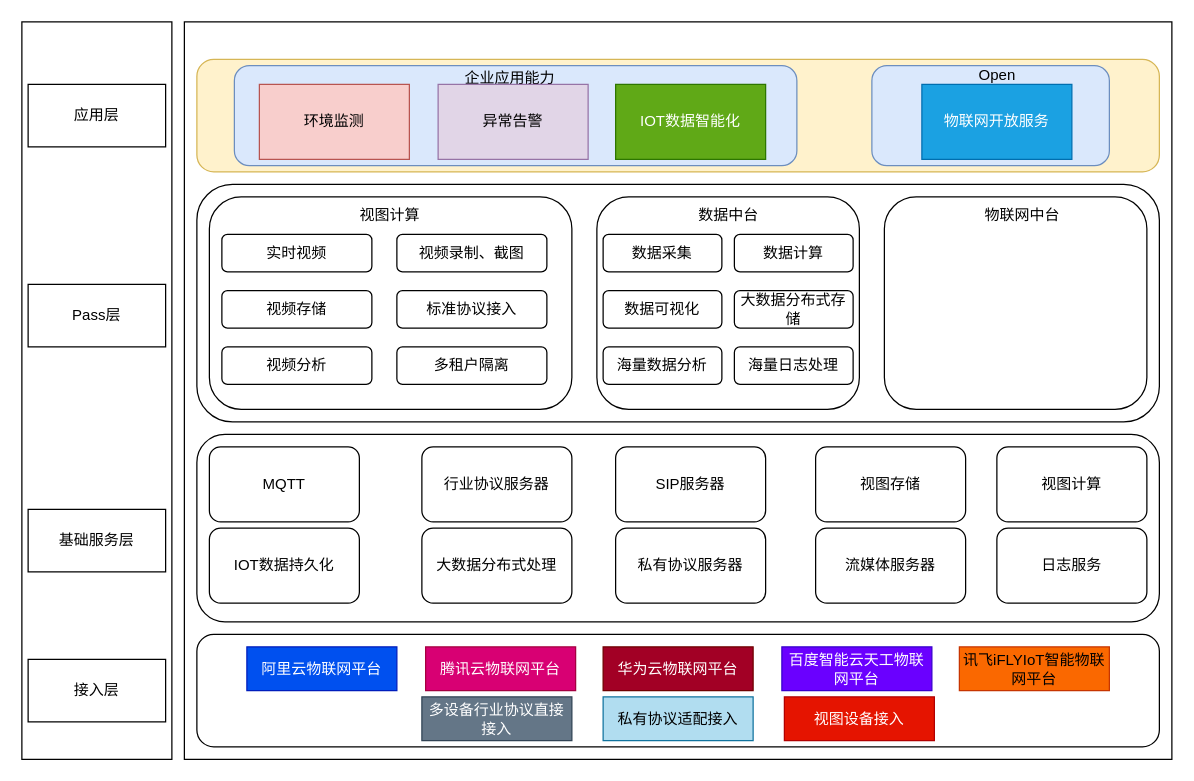
This is 数智化中心IOT规划.drawio from Rain-ziyu/img, a draw.io file, before an edit. Source tidied: cells renumbered, new cells numbered last; positions are measured from the earlier drawing's top-left corner, leaving out a move shared by most shapes. Both pictures are drawn from the tidied source at 125%, with x=0, y=0 at pixel (21, 21).
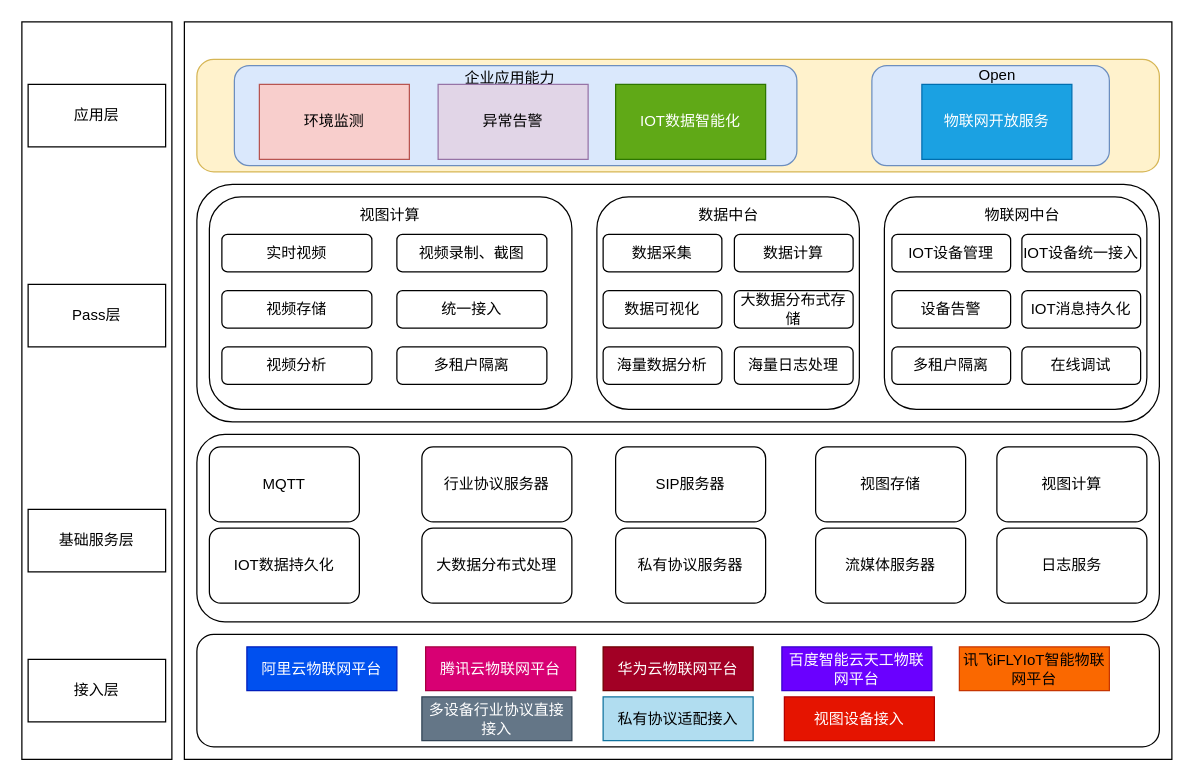
Above is the later version.

Commit message:
更新数智化中心IOT规划.drawio

What changed in the source:
```diff
@@
-    <mxCell id="48" value="标准协议接入" style="rounded=1;whiteSpace=wrap;html=1;" parent="1" vertex="1">
+    <mxCell id="48" value="统一接入" style="rounded=1;whiteSpace=wrap;html=1;" parent="1" vertex="1">
       <mxGeometry x="300" y="215" width="120" height="30" as="geometry" />
     </mxCell>
@@
+    <mxCell id="60" value="IOT设备管理" style="rounded=1;whiteSpace=wrap;html=1;" parent="1" vertex="1">
+      <mxGeometry x="696" y="170" width="95" height="30" as="geometry" />
+    </mxCell>
+    <mxCell id="61" value="IOT设备统一接入" style="rounded=1;whiteSpace=wrap;html=1;" parent="1" vertex="1">
+      <mxGeometry x="800" y="170" width="95" height="30" as="geometry" />
+    </mxCell>
+    <mxCell id="62" value="设备告警" style="rounded=1;whiteSpace=wrap;html=1;" parent="1" vertex="1">
+      <mxGeometry x="696" y="215" width="95" height="30" as="geometry" />
+    </mxCell>
+    <mxCell id="63" value="IOT消息持久化" style="rounded=1;whiteSpace=wrap;html=1;" parent="1" vertex="1">
+      <mxGeometry x="800" y="215" width="95" height="30" as="geometry" />
+    </mxCell>
+    <mxCell id="64" value="多租户隔离" style="rounded=1;whiteSpace=wrap;html=1;" parent="1" vertex="1">
+      <mxGeometry x="696" y="260" width="95" height="30" as="geometry" />
+    </mxCell>
+    <mxCell id="65" value="在线调试" style="rounded=1;whiteSpace=wrap;html=1;" parent="1" vertex="1">
+      <mxGeometry x="800" y="260" width="95" height="30" as="geometry" />
+    </mxCell>
```
